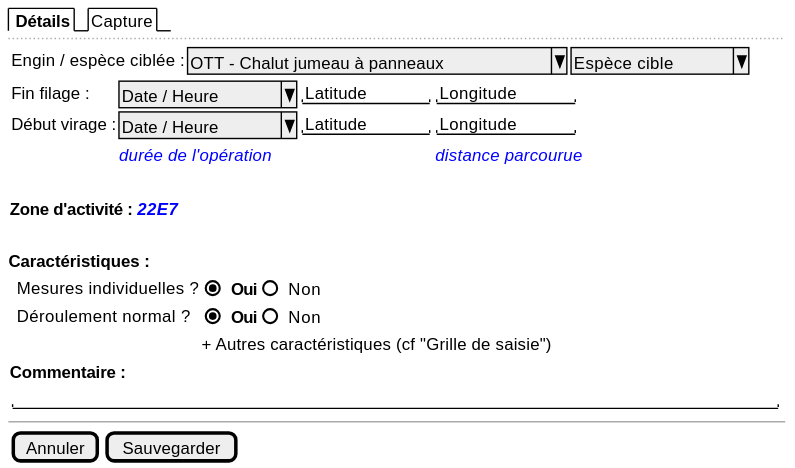
sumaris-net/sumaris-doc keeps this PlantUML diagram as projects/obsmer/spe/images/operation.svg. Above is the earlier version.
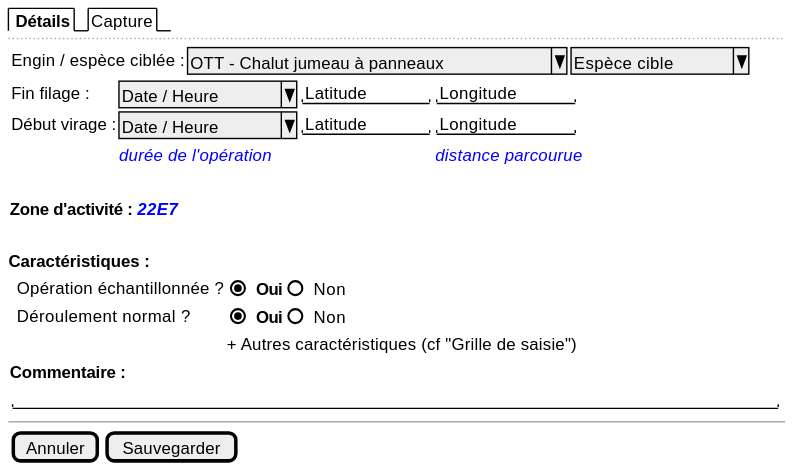
Above is the later version.

What changed in the source:
```diff
@@ -22,7 +22,7 @@
     <b>Caractéristiques :
 
     {
-      . | Mesures individuelles ? { (X) <b>Oui | () Non }
+      . | Opération échantillonnée ? { (X) <b>Oui | () Non }
       . | Déroulement normal ? { (X) <b>Oui | () Non }
       . | . | + Autres caractéristiques (cf "Grille de saisie")
     }
```
